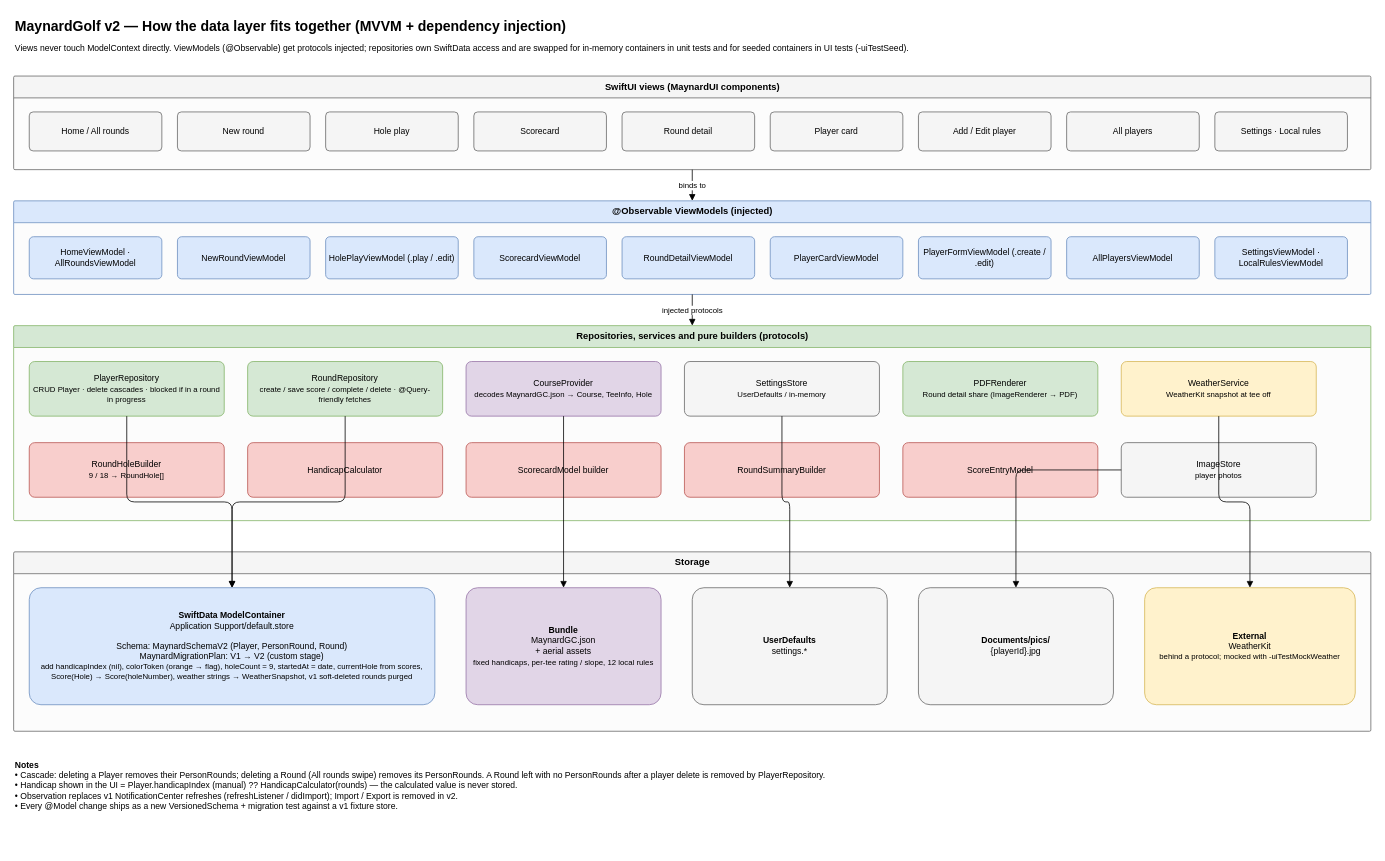
tassinari/MaynardGolf keeps this draw.io diagram as page "How it fits (layers)" (2 of 2) of docs/data-model.drawio. Above is the earlier version. Source tidied: cells renumbered, new cells numbered last; positions are measured from the earlier drawing's top-left corner, leaving out a move shared by most shapes. Both pictures are drawn from the tidied source at 78%, with x=0, y=0 at pixel (13, 13).
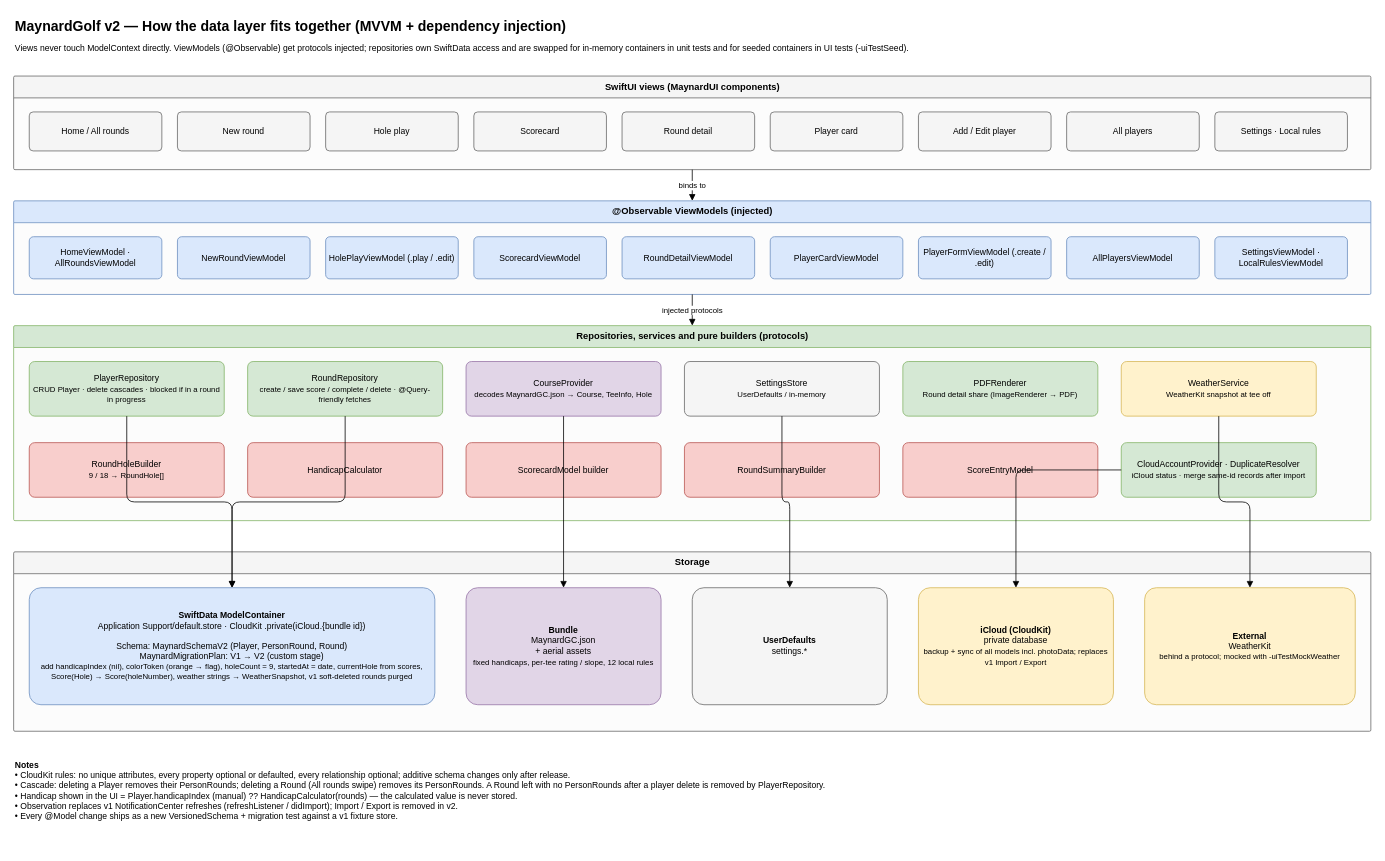
After the change.

Commit message (it also covers changes not shown here):
docs: add iCloud sync (CloudKit), English only, no analytics, multiple rounds in progress

The change refers to these unchanged cells:
```xml
<mxCell id="24" value="Repositories, services and pure builders (protocols)" style="swimlane;html=1;startSize=28;fillColor=#d5e8d4;strokeColor=#82b366;fontStyle=1;swimlaneFillColor=#fcfcfc;rounded=1;arcSize=2;" parent="1" vertex="1">
  <mxGeometry y="400" width="1740" height="250" as="geometry" />
</mxCell>
<mxCell id="37" value="Storage" style="swimlane;html=1;startSize=28;fillColor=#f5f5f5;strokeColor=#666666;fontStyle=1;swimlaneFillColor=#fcfcfc;rounded=1;arcSize=2;" parent="1" vertex="1">
  <mxGeometry y="690" width="1740" height="230" as="geometry" />
</mxCell>
```

Change to the diagram source:
```diff
@@
-    <mxCell id="36" value="ImageStore&lt;br&gt;&lt;font style='font-size:10px'&gt;player photos&lt;/font&gt;" style="rounded=1;whiteSpace=wrap;html=1;fillColor=#f5f5f5;strokeColor=#666666;fontSize=11;arcSize=10;" parent="24" vertex="1">
+    <mxCell id="36" value="CloudAccountProvider · DuplicateResolver&lt;br&gt;&lt;font style='font-size:10px'&gt;iCloud status · merge same-id records after import&lt;/font&gt;" style="rounded=1;whiteSpace=wrap;html=1;fillColor=#d5e8d4;strokeColor=#82b366;fontSize=11;arcSize=10;" parent="24" vertex="1">
       <mxGeometry x="1420" y="150" width="250" height="70" as="geometry" />
     </mxCell>
@@
-    <mxCell id="38" value="&lt;b&gt;SwiftData ModelContainer&lt;/b&gt;&lt;br&gt;Application Support/default.store&lt;br&gt;&lt;br&gt;Schema: MaynardSchemaV2 (Player, PersonRound, Round)&lt;br&gt;MaynardMigrationPlan: V1 → V2 (custom stage)&lt;br&gt;&lt;font style='font-size:10px'&gt;add handicapIndex (nil), colorToken (orange → flag), holeCount = 9, startedAt = date, currentHole from scores, Score(Hole) → Score(holeNumber), weather strings → WeatherSnapshot, v1 soft-deleted rounds purged&lt;/font&gt;" style="rounded=1;whiteSpace=wrap;html=1;fillColor=#dae8fc;strokeColor=#6c8ebf;fontSize=11;arcSize=10;" parent="37" vertex="1">
+    <mxCell id="38" value="&lt;b&gt;SwiftData ModelContainer&lt;/b&gt;&lt;br&gt;Application Support/default.store · CloudKit .private(iCloud.{bundle id})&lt;br&gt;&lt;br&gt;Schema: MaynardSchemaV2 (Player, PersonRound, Round)&lt;br&gt;MaynardMigrationPlan: V1 → V2 (custom stage)&lt;br&gt;&lt;font style='font-size:10px'&gt;add handicapIndex (nil), colorToken (orange → flag), holeCount = 9, startedAt = date, currentHole from scores, Score(Hole) → Score(holeNumber), weather strings → WeatherSnapshot, v1 soft-deleted rounds purged&lt;/font&gt;" style="rounded=1;whiteSpace=wrap;html=1;fillColor=#dae8fc;strokeColor=#6c8ebf;fontSize=11;arcSize=10;" parent="37" vertex="1">
       <mxGeometry x="20" y="46" width="520" height="150" as="geometry" />
     </mxCell>
@@
-    <mxCell id="41" value="&lt;b&gt;Documents/pics/&lt;/b&gt;&lt;br&gt;{playerId}.jpg" style="rounded=1;whiteSpace=wrap;html=1;fillColor=#f5f5f5;strokeColor=#666666;fontSize=11;arcSize=10;" parent="37" vertex="1">
+    <mxCell id="41" value="&lt;b&gt;iCloud (CloudKit)&lt;/b&gt;&lt;br&gt;private database&lt;br&gt;&lt;font style='font-size:10px'&gt;backup + sync of all models incl. photoData; replaces v1 Import / Export&lt;/font&gt;" style="rounded=1;whiteSpace=wrap;html=1;fillColor=#fff2cc;strokeColor=#d6b656;fontSize=11;arcSize=10;" parent="37" vertex="1">
       <mxGeometry x="1160" y="46" width="250" height="150" as="geometry" />
     </mxCell>
@@
-    <mxCell id="51" value="&lt;b&gt;Notes&lt;/b&gt;&lt;br&gt;• Cascade: deleting a Player removes their PersonRounds; deleting a Round (All rounds swipe) removes its PersonRounds. A Round left with no PersonRounds after a player delete is removed by PlayerRepository.&lt;br&gt;• Handicap shown in the UI = Player.handicapIndex (manual) ?? HandicapCalculator(rounds) — the calculated value is never stored.&lt;br&gt;• Observation replaces v1 NotificationCenter refreshes (refreshListener / didImport); Import / Export is removed in v2.&lt;br&gt;• Every @Model change ships as a new VersionedSchema + migration test against a v1 fixture store." style="text;html=1;strokeColor=none;fillColor=none;align=left;verticalAlign=top;whiteSpace=wrap;fontSize=11;" parent="1" vertex="1">
+    <mxCell id="51" value="&lt;b&gt;Notes&lt;/b&gt;&lt;br&gt;• CloudKit rules: no unique attributes, every property optional or defaulted, every relationship optional; additive schema changes only after release.&lt;br&gt;• Cascade: deleting a Player removes their PersonRounds; deleting a Round (All rounds swipe) removes its PersonRounds. A Round left with no PersonRounds after a player delete is removed by PlayerRepository.&lt;br&gt;• Handicap shown in the UI = Player.handicapIndex (manual) ?? HandicapCalculator(rounds) — the calculated value is never stored.&lt;br&gt;• Observation replaces v1 NotificationCenter refreshes (refreshListener / didImport); Import / Export is removed in v2.&lt;br&gt;• Every @Model change ships as a new VersionedSchema + migration test against a v1 fixture store." style="text;html=1;strokeColor=none;fillColor=none;align=left;verticalAlign=top;whiteSpace=wrap;fontSize=11;" parent="1" vertex="1">
       <mxGeometry y="950" width="1740" height="120" as="geometry" />
     </mxCell>
```
